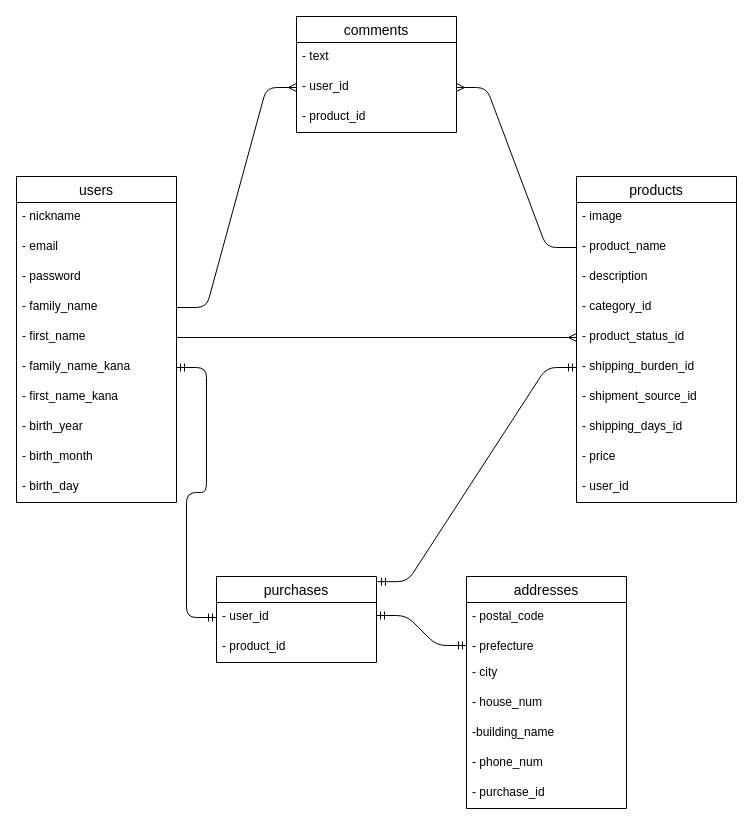
Earlier version of the draw.io diagram db.dio (mm-sugar/furima-31940). Source tidied: cells renumbered, new cells numbered last; positions are measured from the earlier drawing's top-left corner, leaving out a move shared by most shapes. Both pictures are drawn from the tidied source at 100%, with x=0, y=0 at pixel (16, 16).
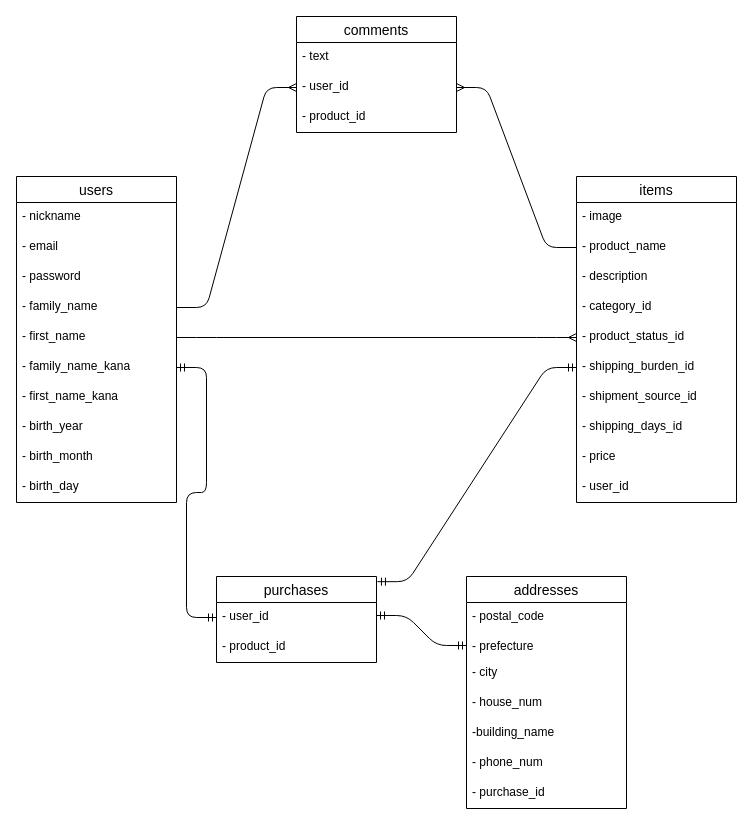
After the change.

Change to the diagram source:
```diff
@@
-    <mxCell id="13" value="products" style="swimlane;fontStyle=0;horizontal=1;startSize=26;align=center;fontSize=14;" parent="1" vertex="1">
+    <mxCell id="13" value="items" style="swimlane;fontStyle=0;horizontal=1;startSize=26;align=center;fontSize=14;" parent="1" vertex="1">
       <mxGeometry x="560" y="160" width="160" height="326" as="geometry" />
     </mxCell>
```
